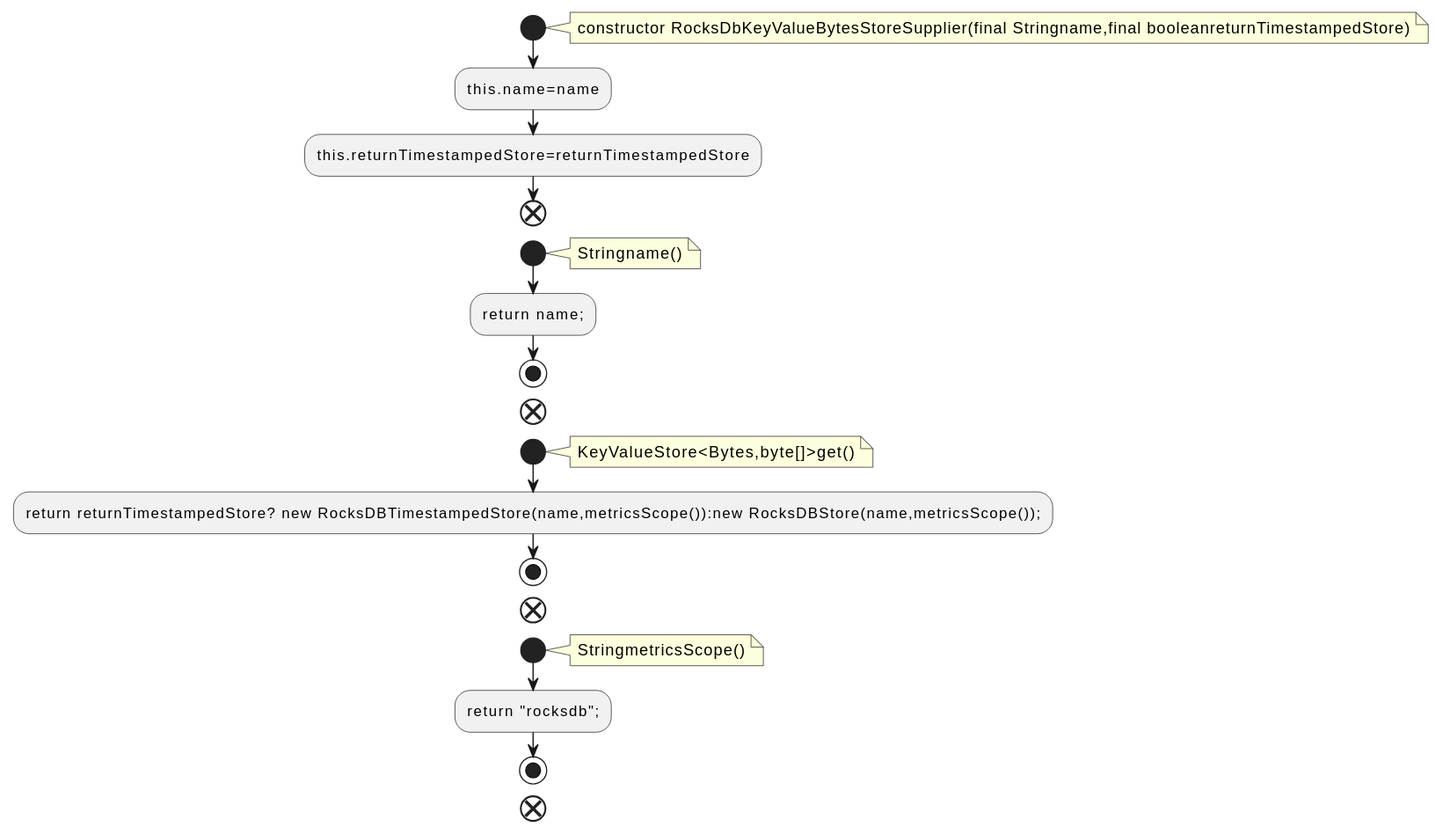
Earlier version of the PlantUML export docs/qc/streams/src/main/java/org/apache/kafka/streams/state/internals/RocksDbKeyValueBytesStoreSupplier.java.fct.svg (qualitesys/kafka).
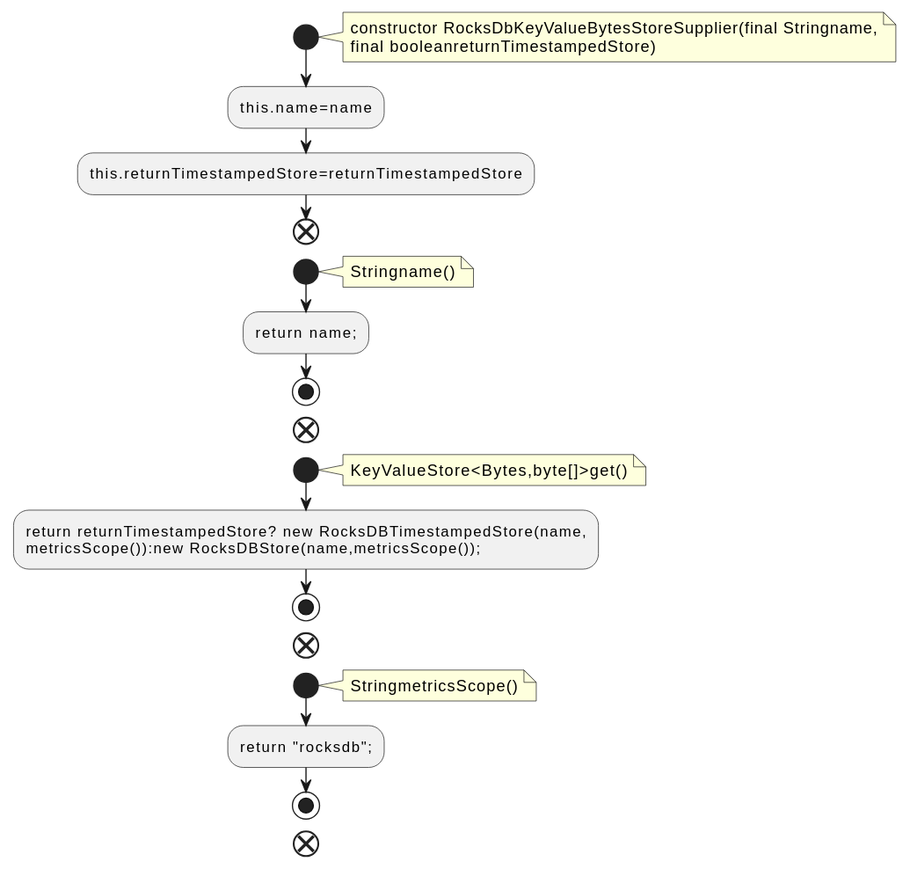
The same diagram one commit later.

The edit, as a diff of the source:
```diff
@@ -2,7 +2,8 @@
 !pragma layout smetana
 start
 note right
-constructor RocksDbKeyValueBytesStoreSupplier(final Stringname,final booleanreturnTimestampedStore)
+constructor RocksDbKeyValueBytesStoreSupplier(final Stringname,
+final booleanreturnTimestampedStore)
 end note
 :this.name=name;
 :this.returnTimestampedStore=returnTimestampedStore;
@@ -18,7 +19,8 @@
 note right
 KeyValueStore<Bytes,byte[]>get()
 end note
-:return returnTimestampedStore? new RocksDBTimestampedStore(name,metricsScope()):new RocksDBStore(name,metricsScope());;
+:return returnTimestampedStore? new RocksDBTimestampedStore(name,
+metricsScope()):new RocksDBStore(name,metricsScope());;
 stop
 end
 start
```
